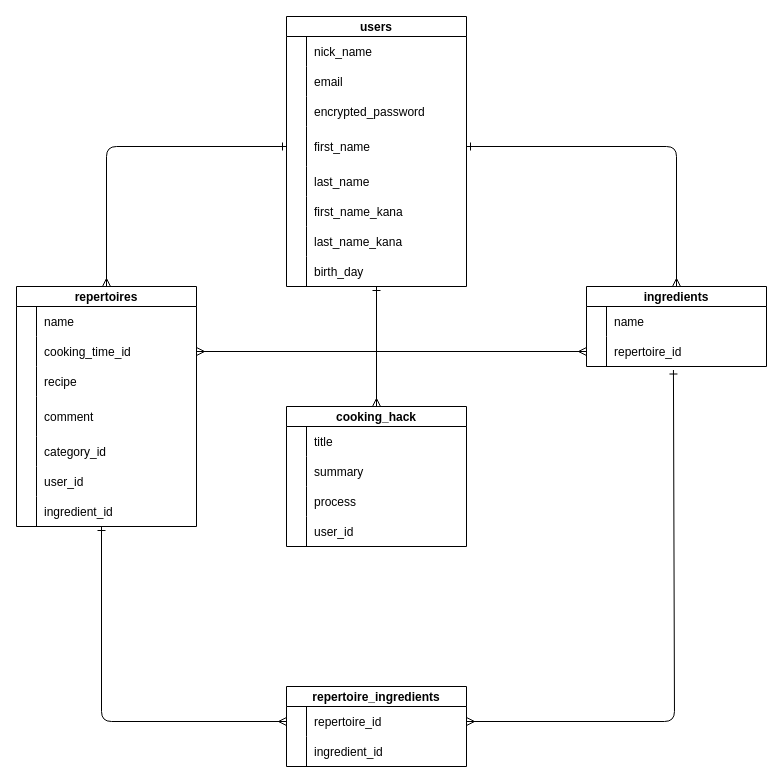
t-akuya/cookhack keeps this draw.io diagram as ER図.dio. Above is the earlier version. Source tidied: cells renumbered, new cells numbered last; positions are measured from the earlier drawing's top-left corner, leaving out a move shared by most shapes. Both pictures are drawn from the tidied source at 100%, with x=0, y=0 at pixel (16, 16).
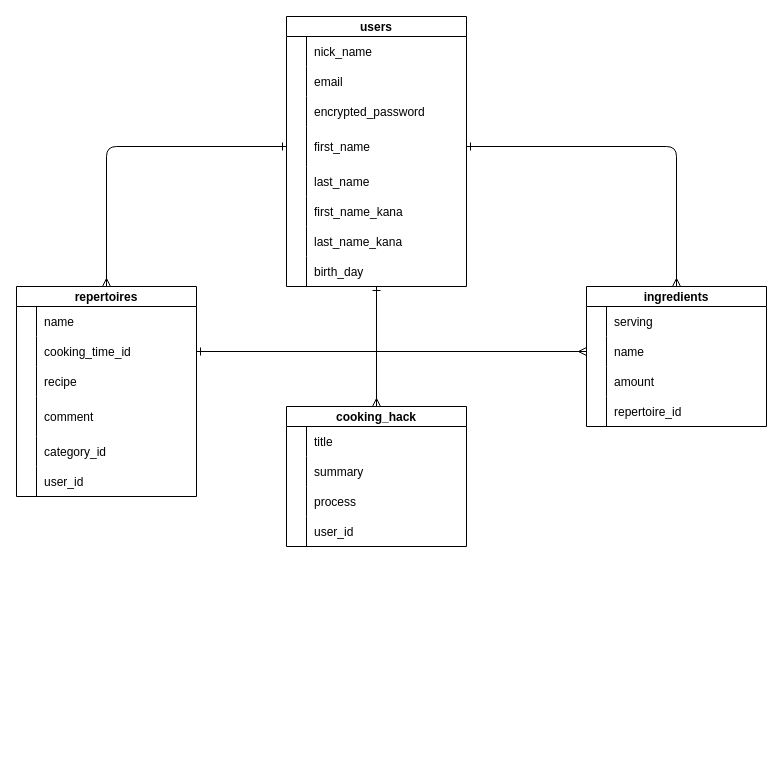
The same page after the edit.

Unchanged cells that the change refers to:
```xml
<mxCell id="32" style="shape=partialRectangle;fillColor=none;top=0;left=0;bottom=0;right=0;points=[[0,0.5],[1,0.5]];portConstraint=eastwest;" parent="28" vertex="1">
  <mxGeometry y="50" width="180" height="30" as="geometry" />
</mxCell>
<mxCell id="64" style="shape=partialRectangle;fillColor=none;top=0;left=0;bottom=0;right=0;" parent="63" vertex="1">
  <mxGeometry y="20" width="180" height="30" as="geometry" />
</mxCell>
<mxCell id="67" style="shape=partialRectangle;fillColor=none;top=0;left=0;bottom=0;right=0;points=[[0,0.5],[1,0.5]];portConstraint=eastwest;" parent="63" vertex="1">
  <mxGeometry y="50" width="180" height="30" as="geometry" />
</mxCell>
```

Diff of the diagram source:
```diff
@@
     <mxCell id="28" value="repertoires" style="shape=table;startSize=20;childLayout=tableLayout;rowLines=0;fontStyle=1;align=center;" parent="1" vertex="1">
-      <mxGeometry y="270" width="180" height="240" as="geometry" />
+      <mxGeometry y="270" width="180" height="210" as="geometry" />
     </mxCell>
@@
-    <mxCell id="47" style="shape=partialRectangle;fillColor=none;top=0;left=0;bottom=0;right=0;" parent="28" vertex="1">
-      <mxGeometry y="210" width="180" height="30" as="geometry" />
-    </mxCell>
-    <mxCell id="48" style="shape=partialRectangle;fillColor=none;top=0;left=0;bottom=0;right=0;overflow=hidden;" parent="47" vertex="1">
-      <mxGeometry width="20" height="30" as="geometry" />
-    </mxCell>
-    <mxCell id="49" value="ingredient_id" style="shape=partialRectangle;fillColor=none;top=0;left=0;bottom=0;right=0;align=left;spacingLeft=6;overflow=hidden;" parent="47" vertex="1">
-      <mxGeometry x="20" width="160" height="30" as="geometry" />
-    </mxCell>
@@
     <mxCell id="63" value="ingredients" style="shape=table;startSize=20;childLayout=tableLayout;rowLines=0;fontStyle=1;align=center;" parent="1" vertex="1">
-      <mxGeometry x="570" y="270" width="180" height="80" as="geometry" />
+      <mxGeometry x="570" y="270" width="180" height="140" as="geometry" />
     </mxCell>
@@
-    <mxCell id="66" value="name" style="shape=partialRectangle;fillColor=none;top=0;left=0;bottom=0;right=0;align=left;spacingLeft=6;overflow=hidden;" parent="64" vertex="1">
+    <mxCell id="66" value="serving" style="shape=partialRectangle;fillColor=none;top=0;left=0;bottom=0;right=0;align=left;spacingLeft=6;overflow=hidden;" parent="64" vertex="1">
       <mxGeometry x="20" width="160" height="30" as="geometry" />
     </mxCell>
@@
-    <mxCell id="69" value="repertoire_id" style="shape=partialRectangle;fillColor=none;top=0;left=0;bottom=0;right=0;align=left;spacingLeft=6;overflow=hidden;" parent="67" vertex="1">
+    <mxCell id="69" value="name" style="shape=partialRectangle;fillColor=none;top=0;left=0;bottom=0;right=0;align=left;spacingLeft=6;overflow=hidden;" parent="67" vertex="1">
       <mxGeometry x="20" width="160" height="30" as="geometry" />
     </mxCell>
-    <mxCell id="70" value="repertoire_ingredients" style="shape=table;startSize=20;childLayout=tableLayout;rowLines=0;fontStyle=1;align=center;" parent="1" vertex="1">
-      <mxGeometry x="270" y="670" width="180" height="80" as="geometry" />
-    </mxCell>
-    <mxCell id="71" style="shape=partialRectangle;fillColor=none;top=0;left=0;bottom=0;right=0;points=[[0,0.5],[1,0.5]];portConstraint=eastwest;" parent="70" vertex="1">
-      <mxGeometry y="20" width="180" height="30" as="geometry" />
-    </mxCell>
-    <mxCell id="72" style="shape=partialRectangle;fillColor=none;top=0;left=0;bottom=0;right=0;overflow=hidden;" parent="71" vertex="1">
-      <mxGeometry width="20" height="30" as="geometry" />
-    </mxCell>
+    <mxCell id="82" style="shape=partialRectangle;fillColor=none;top=0;left=0;bottom=0;right=0;" parent="63" vertex="1">
+      <mxGeometry y="80" width="180" height="30" as="geometry" />
+    </mxCell>
+    <mxCell id="83" style="shape=partialRectangle;fillColor=none;top=0;left=0;bottom=0;right=0;overflow=hidden;" parent="82" vertex="1">
+      <mxGeometry width="20" height="30" as="geometry" />
+    </mxCell>
+    <mxCell id="84" value="amount" style="shape=partialRectangle;fillColor=none;top=0;left=0;bottom=0;right=0;align=left;spacingLeft=6;overflow=hidden;" parent="82" vertex="1">
+      <mxGeometry x="20" width="160" height="30" as="geometry" />
+    </mxCell>
+    <mxCell id="85" style="shape=partialRectangle;fillColor=none;top=0;left=0;bottom=0;right=0;" parent="63" vertex="1">
+      <mxGeometry y="110" width="180" height="30" as="geometry" />
+    </mxCell>
+    <mxCell id="86" style="shape=partialRectangle;fillColor=none;top=0;left=0;bottom=0;right=0;overflow=hidden;" parent="85" vertex="1">
+      <mxGeometry width="20" height="30" as="geometry" />
+    </mxCell>
-    <mxCell id="73" value="repertoire_id" style="shape=partialRectangle;fillColor=none;top=0;left=0;bottom=0;right=0;align=left;spacingLeft=6;overflow=hidden;" parent="71" vertex="1">
+    <mxCell id="73" value="repertoire_id" style="shape=partialRectangle;fillColor=none;top=0;left=0;bottom=0;right=0;align=left;spacingLeft=6;overflow=hidden;" parent="85" vertex="1">
       <mxGeometry x="20" width="160" height="30" as="geometry" />
     </mxCell>
-    <mxCell id="74" style="shape=partialRectangle;fillColor=none;top=0;left=0;bottom=0;right=0;" parent="70" vertex="1">
-      <mxGeometry y="50" width="180" height="30" as="geometry" />
-    </mxCell>
-    <mxCell id="75" style="shape=partialRectangle;fillColor=none;top=0;left=0;bottom=0;right=0;overflow=hidden;" parent="74" vertex="1">
-      <mxGeometry width="20" height="30" as="geometry" />
-    </mxCell>
-    <mxCell id="76" value="ingredient_id" style="shape=partialRectangle;fillColor=none;top=0;left=0;bottom=0;right=0;align=left;spacingLeft=6;overflow=hidden;" parent="74" vertex="1">
-      <mxGeometry x="20" width="160" height="30" as="geometry" />
-    </mxCell>
@@
-    <mxCell id="79" style="edgeStyle=none;html=1;fontFamily=Helvetica;fontSize=12;fontColor=default;startArrow=ERone;startFill=0;endArrow=ERmany;endFill=0;entryX=0;entryY=0.5;entryDx=0;entryDy=0;" parent="1" edge="1" target="71">
-      <mxGeometry relative="1" as="geometry">
-        <mxPoint x="85" y="510" as="sourcePoint" />
-        <Array as="points">
-          <mxPoint x="85" y="705" />
-        </Array>
-      </mxGeometry>
-    </mxCell>
-    <mxCell id="80" style="edgeStyle=none;html=1;exitX=1;exitY=0.5;exitDx=0;exitDy=0;entryX=0.483;entryY=1.117;entryDx=0;entryDy=0;fontFamily=Helvetica;fontSize=12;fontColor=default;startArrow=ERmany;startFill=0;endArrow=ERone;endFill=0;entryPerimeter=0;" parent="1" edge="1" source="71" target="67">
-      <mxGeometry relative="1" as="geometry">
-        <Array as="points">
-          <mxPoint x="658" y="705" />
-        </Array>
-      </mxGeometry>
-    </mxCell>
-    <mxCell id="81" style="edgeStyle=none;html=1;exitX=1;exitY=0.5;exitDx=0;exitDy=0;entryX=0;entryY=0.5;entryDx=0;entryDy=0;fontFamily=Helvetica;fontSize=12;fontColor=default;startArrow=ERmany;startFill=0;endArrow=ERmany;endFill=0;" parent="1" edge="1" source="32" target="67">
+    <mxCell id="81" style="edgeStyle=none;html=1;exitX=1;exitY=0.5;exitDx=0;exitDy=0;endArrow=ERmany;endFill=0;startArrow=ERone;startFill=0;entryX=0;entryY=0.5;entryDx=0;entryDy=0;" parent="1" edge="1" source="32" target="67">
       <mxGeometry relative="1" as="geometry" />
     </mxCell>
```
